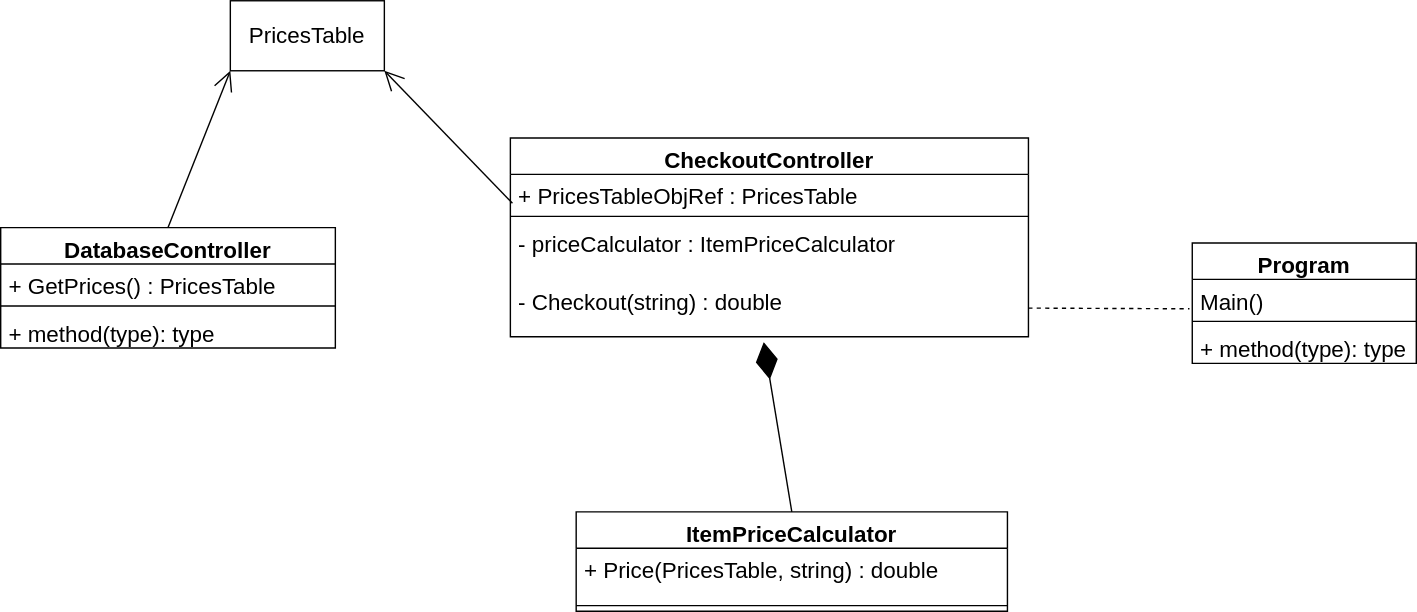
The draw.io diagram SupermarketCheckout.svg in sameert89/SupermarketCheckoutLib, before a commit. Source tidied: cells renumbered, new cells last; positions are measured from the earlier drawing's top-left corner, leaving out a move shared by most shapes.
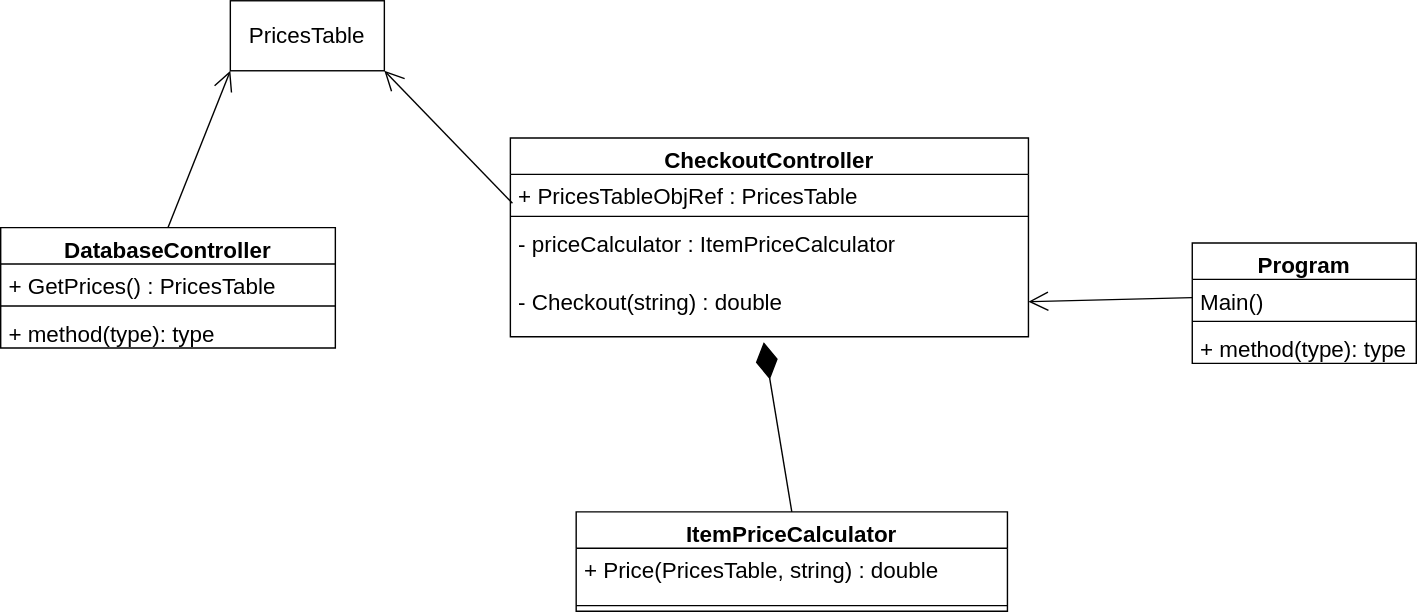
After the commit.

Change to the diagram source:
```diff
@@ -50,11 +50,6 @@
     <mxCell id="17" style="endArrow=open;endFill=1;endSize=12;html=1;rounded=0;fontSize=12;curved=1;entryX=0;entryY=1;entryDx=0;entryDy=0;exitX=0.5;exitY=0;exitDx=0;exitDy=0;" parent="1" edge="1" source="13" target="7">
       <mxGeometry relative="1" as="geometry" />
     </mxCell>
-    <mxCell id="18" style="endArrow=none;dashed=1;html=1;rounded=0;fontSize=12;curved=1;startSize=8;endSize=8;exitX=1;exitY=0.5;exitDx=0;exitDy=0;" parent="1" edge="1" source="6">
-      <mxGeometry relative="1" as="geometry">
-        <mxPoint x="849" y="220" as="targetPoint" />
-      </mxGeometry>
-    </mxCell>
     <mxCell id="19" value="Program" style="swimlane;fontStyle=1;align=center;verticalAlign=top;horizontal=1;startSize=26;whiteSpace=wrap;html=1;fontSize=16;" parent="1" vertex="1">
       <mxGeometry x="851" y="173" width="160" height="86" as="geometry" />
     </mxCell>
@@ -67,5 +62,8 @@
     <mxCell id="22" value="+ method(type): type" style="text;strokeColor=none;fillColor=none;align=left;verticalAlign=top;spacingLeft=4;spacingRight=4;overflow=hidden;whiteSpace=wrap;html=1;fontSize=16;" parent="19" vertex="1">
       <mxGeometry y="60" width="160" height="26" as="geometry" />
     </mxCell>
+    <mxCell id="23" style="endArrow=open;endFill=1;endSize=12;html=1;rounded=0;fontSize=12;curved=1;exitX=0;exitY=0.5;exitDx=0;exitDy=0;" parent="1" edge="1" source="20" target="6">
+      <mxGeometry relative="1" as="geometry" />
+    </mxCell>
   </root>
 </mxGraphModel>
```
